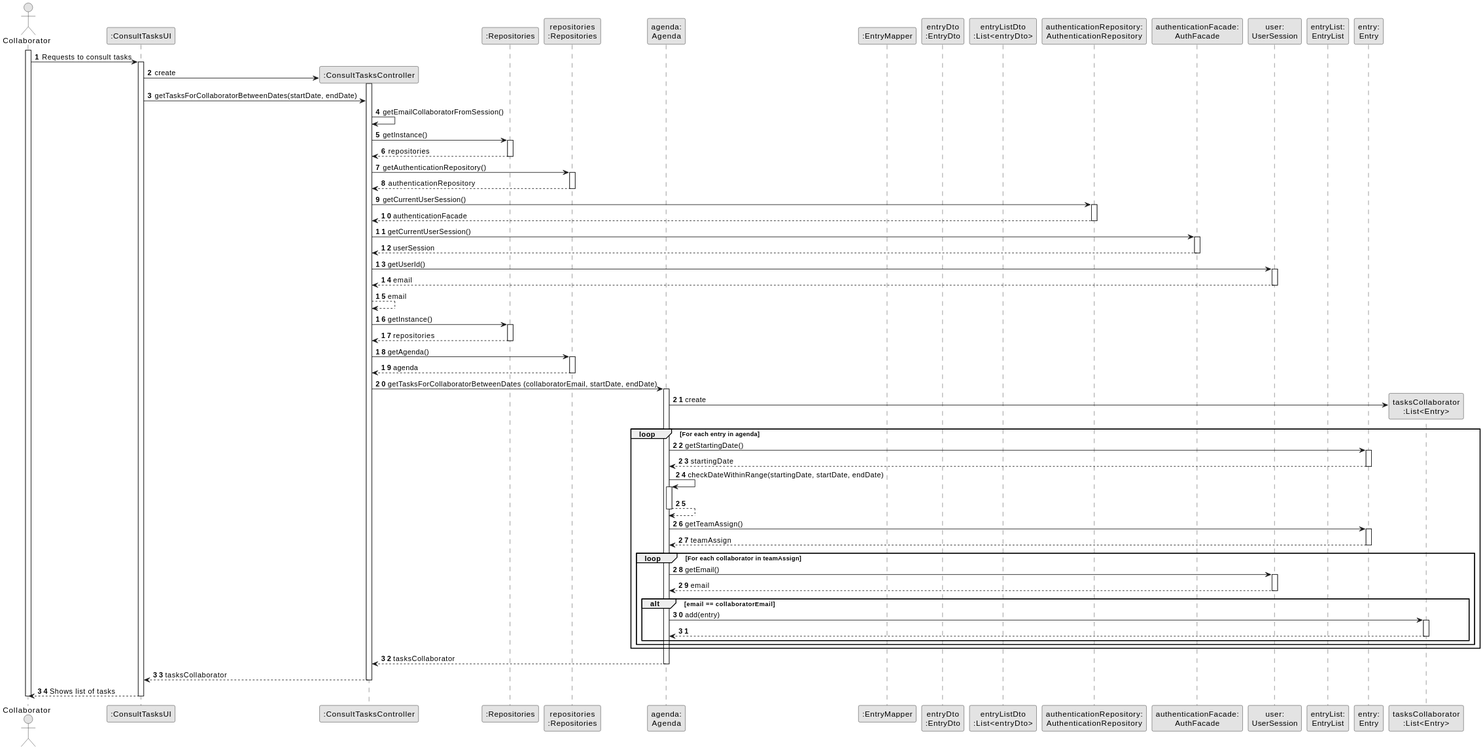
Before: docs/sprintA&B&C/us028/03.design/svg/us028-sequence-diagram-full.svg, a diagram exported from PlantUML (daniel41silva05/ISEP_2023_2024_LAPR2).
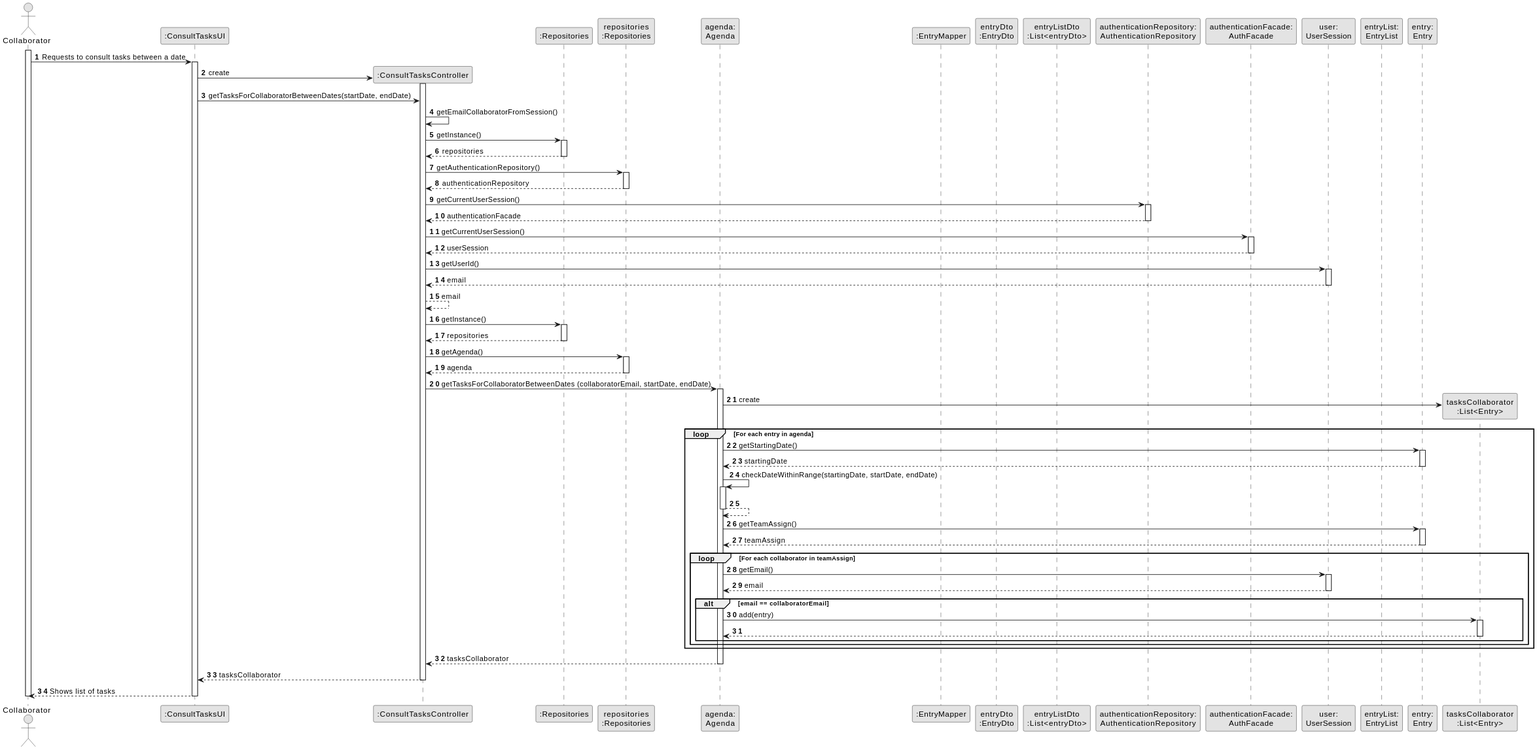
The same file after the commit.

Commit message:
US28 Sequence Diagram Correction

Diff of the diagram source:
```diff
@@ -22,7 +22,7 @@
 
 activate COLLABORATOR
 
-COLLABORATOR -> UI : Requests to consult tasks
+COLLABORATOR -> UI : Requests to consult tasks between a date
     activate UI
 
     UI -> CTRL** : create
@@ -120,7 +120,9 @@
                 deactivate "tasksCollaborator\n:List<Entry>"
 
                 end
+
                 end loop
+
                 end loop
 
 
```
